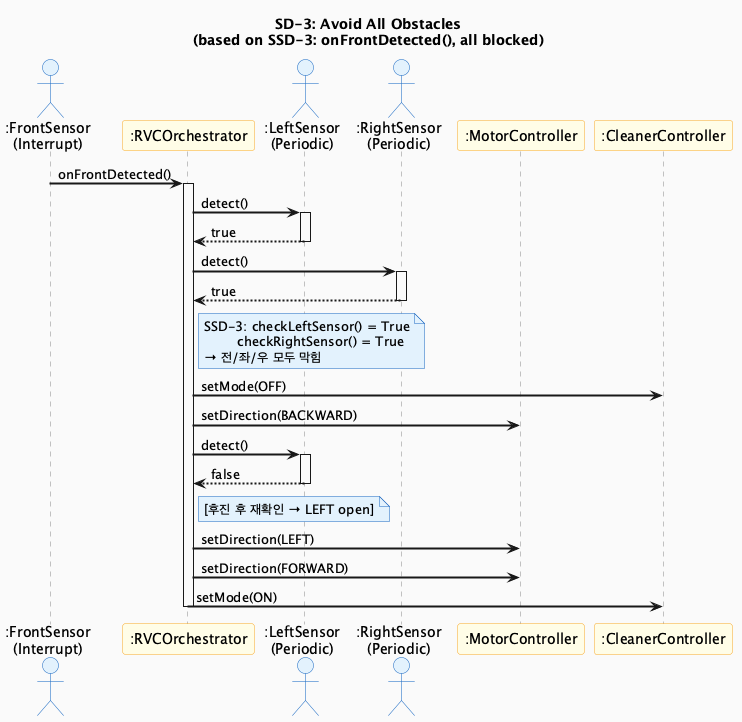
Above: docs/vibe-coding/03-ood/images/SD3_AvoidAllObstacles.png in OOP-konkuk/CICD-Team7 (PlantUML), before the change.
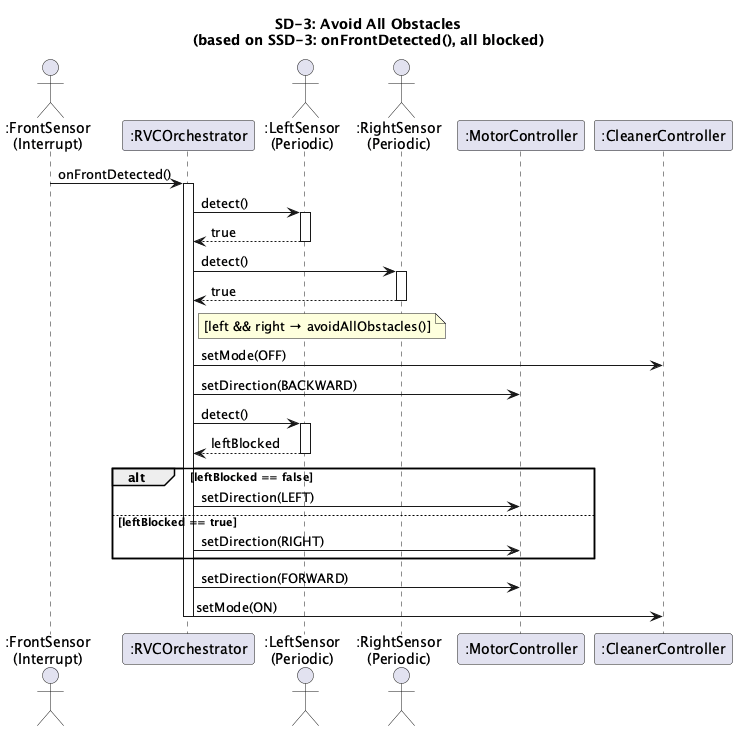
After the commit.

Change to the diagram source:
```diff
@@ -1,14 +1,4 @@
 @startuml SD3_AvoidAllObstacles
-skinparam backgroundColor #FAFAFA
-skinparam sequenceArrowThickness 2
-skinparam sequenceParticipantBackgroundColor #FFFDE7
-skinparam sequenceParticipantBorderColor #F9A825
-skinparam sequenceActorBackgroundColor #E3F2FD
-skinparam sequenceActorBorderColor #1565C0
-skinparam sequenceLifeLineBorderColor #888888
-skinparam noteBackgroundColor #E3F2FD
-skinparam noteBorderColor #1565C0
-
 title SD-3: Avoid All Obstacles\n(based on SSD-3: onFrontDetected(), all blocked)
 
 actor ":FrontSensor\n(Interrupt)" as FS
@@ -28,19 +18,18 @@
 activate RS
 RS --> Orch : true
 deactivate RS
-note right of Orch
-  SSD-3: checkLeftSensor() = True
-          checkRightSensor() = True
-  → 전/좌/우 모두 막힘
-end note
+note right of Orch : [left && right → avoidAllObstacles()]
 Orch -> Cleaner : setMode(OFF)
 Orch -> Motor : setDirection(BACKWARD)
 Orch -> LS : detect()
 activate LS
-LS --> Orch : false
+LS --> Orch : leftBlocked
 deactivate LS
-note right of Orch : [후진 후 재확인 → LEFT open]
-Orch -> Motor : setDirection(LEFT)
+alt leftBlocked == false
+  Orch -> Motor : setDirection(LEFT)
+else leftBlocked == true
+  Orch -> Motor : setDirection(RIGHT)
+end
 Orch -> Motor : setDirection(FORWARD)
 Orch -> Cleaner : setMode(ON)
 deactivate Orch
```
